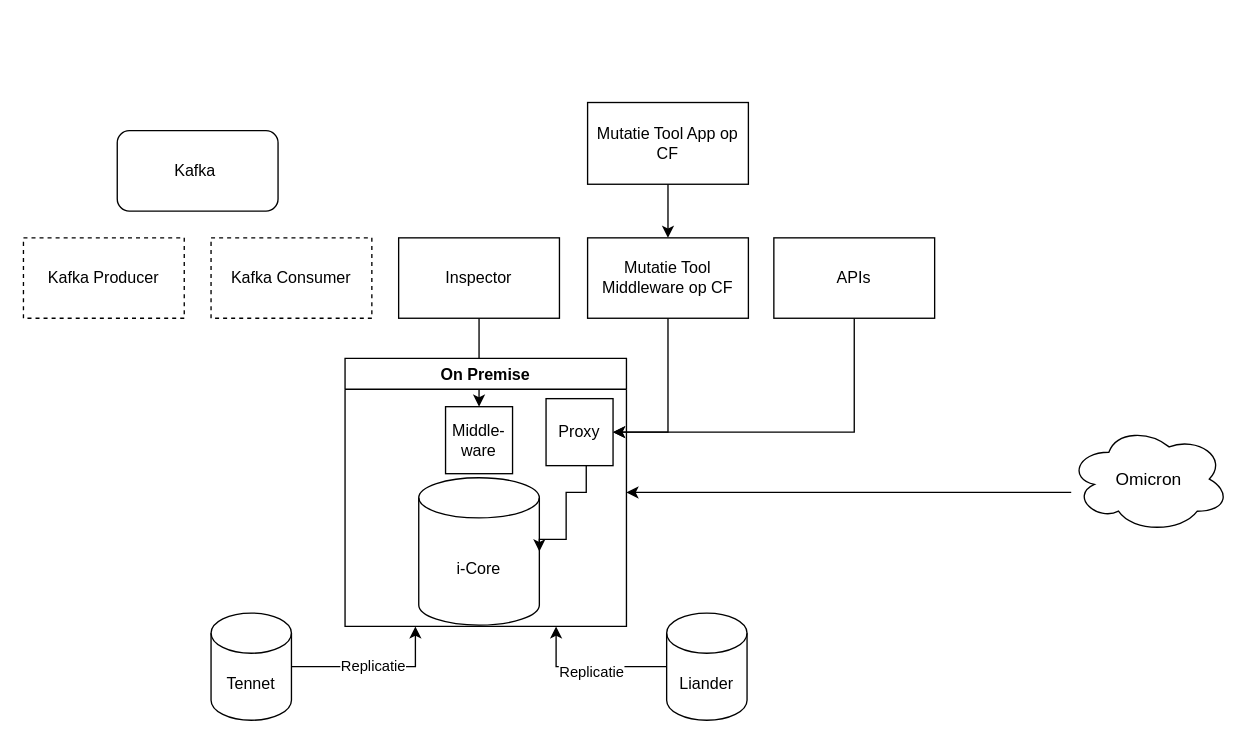
The draw.io diagram page "Huidig" (2 of 7) of staticWeb/Untitled Diagram.drawio in eleemans/react2022, before the edit. Source tidied: cells renumbered, new cells numbered last; positions are measured from the earlier drawing's top-left corner, leaving out a move shared by most shapes. Both pictures are drawn from the tidied source at 134%, with x=0, y=0 at pixel (23, 102).
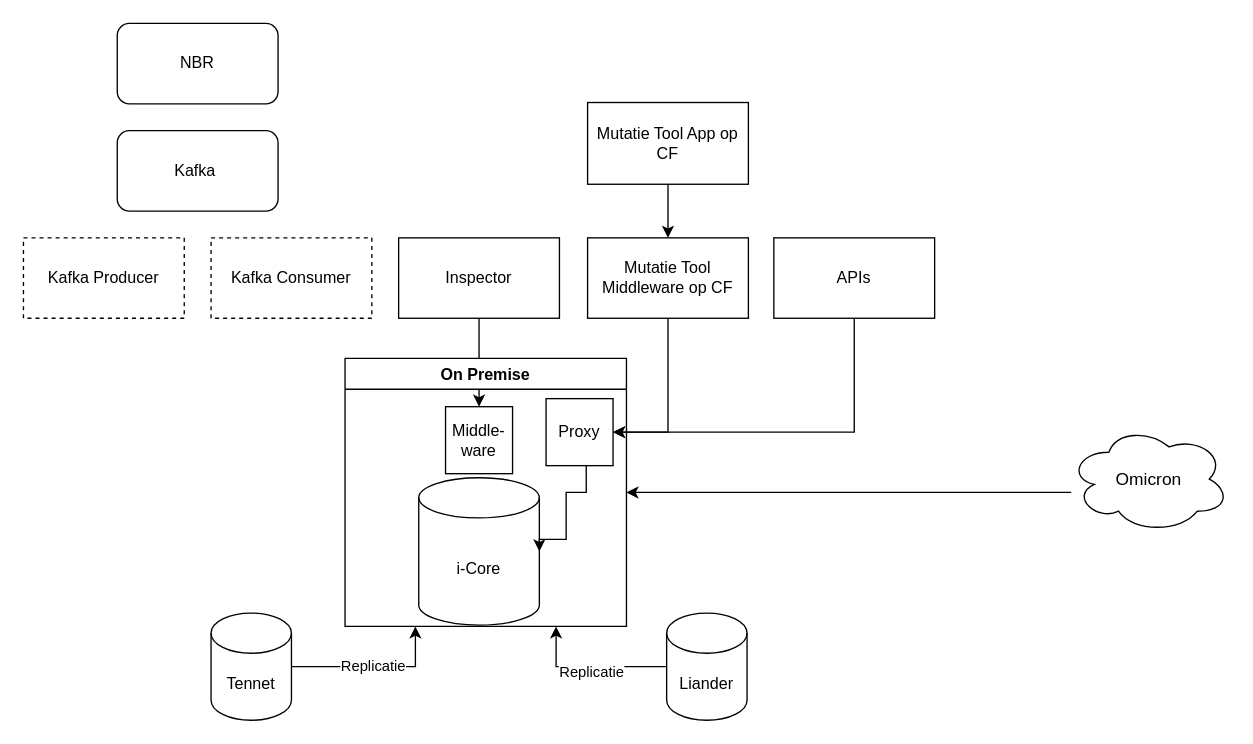
The same diagram, later.

Diff of the diagram source:
```diff
@@
+    <mxCell id="25" value="NBR" style="rounded=1;whiteSpace=wrap;html=1;" parent="1" vertex="1">
+      <mxGeometry x="70" y="-59" width="120" height="60" as="geometry" />
+    </mxCell>
```
